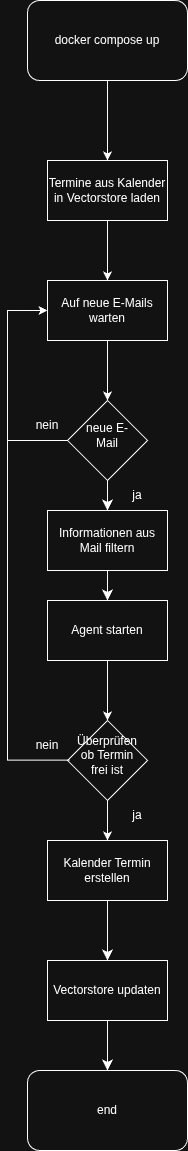
Before: images/Ablaufdiagramm.drawio.png, a diagram exported from draw.io (Marcey1611/KI-getriebene-Softwareentwicklung-AI-Agent). Source tidied: cells renumbered, new cells last; positions are measured from the earlier drawing's top-left corner, leaving out a move shared by most shapes.
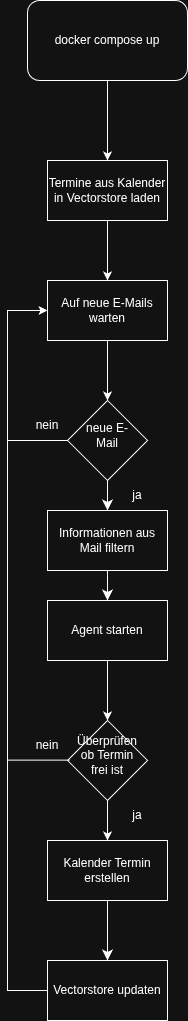
The same file after the commit.

Commit message:
Implemented pull-request comment

What changed in the source:
```diff
@@ -129,11 +129,13 @@
     <mxCell id="40" style="edgeStyle=none;curved=1;rounded=0;jettySize=auto;html=1;fontSize=12;startSize=8;endSize=8;" parent="1" edge="1" source="21" target="39">
       <mxGeometry relative="1" as="geometry" />
     </mxCell>
-    <mxCell id="41" value="end" style="rounded=1;whiteSpace=wrap;html=1;" parent="1" vertex="1">
-      <mxGeometry x="20" y="1070" width="160" height="80" as="geometry" />
-    </mxCell>
-    <mxCell id="42" style="edgeStyle=none;curved=1;rounded=0;jettySize=auto;html=1;entryX=0.5;entryY=0;entryDx=0;entryDy=0;fontSize=12;startSize=8;endSize=8;" parent="1" edge="1" source="39" target="41">
-      <mxGeometry relative="1" as="geometry" />
-    </mxCell>
+    <mxCell id="43" style="edgeStyle=orthogonalEdgeStyle;rounded=0;jettySize=auto;html=1;exitX=0;exitY=0.5;exitDx=0;exitDy=0;entryX=0;entryY=0.5;entryDx=0;entryDy=0;" parent="1" edge="1" source="39" target="9">
+      <mxGeometry relative="1" as="geometry">
+        <Array as="points">
+          <mxPoint y="990" />
+          <mxPoint y="310" />
+        </Array>
+      </mxGeometry>
+    </mxCell>
   </root>
 </mxGraphModel>
```
